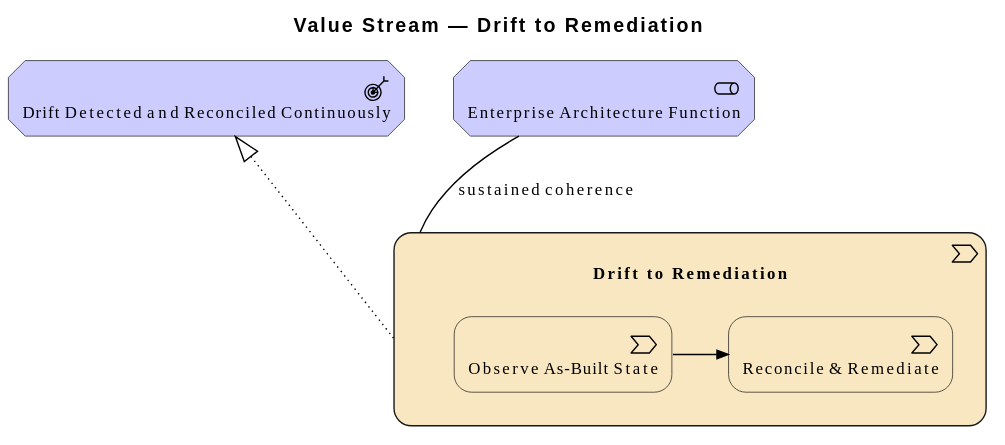
wolffy-au/frictionless-architect keeps this PlantUML diagram as architecture/model/diagrams/vision/6d-drift-to-remediation.svg. Above is the earlier version.
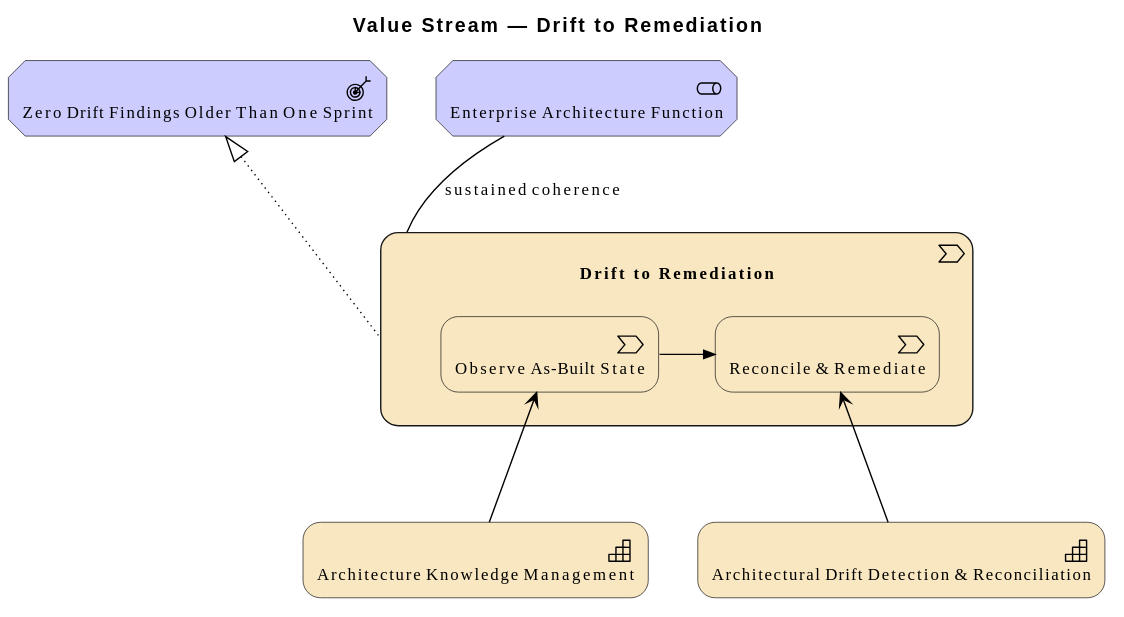
Above is the later version.

Diff of the diagram source:
```diff
@@ -4,13 +4,17 @@
 title Value Stream — Drift to Remediation
 
 Motivation_Stakeholder(e_id3bf463ccf22a53, "Enterprise Architecture Function")
-Motivation_Outcome(e_id79b6a1e545325d, "Drift Detected and Reconciled Continuously")
+Motivation_Outcome(e_idcd8b25865d285b, "Zero Drift Findings Older Than One Sprint")
+Strategy_Capability(e_id18ec07397a9d5f, "Architecture Knowledge Management")
+Strategy_Capability(e_id41aa3eb894c852, "Architectural Drift Detection & Reconciliation")
 Strategy_ValueStream(e_idfa7e21ab28235c, "Drift to Remediation") {
   Strategy_ValueStream(e_id12b58c7f12735c, "Observe As-Built State")
   Strategy_ValueStream(e_iddd4585a6a08153, "Reconcile & Remediate")
 }
 
 Rel_Association(e_id3bf463ccf22a53, e_idfa7e21ab28235c, "sustained coherence")
-Rel_Realization_Up(e_idfa7e21ab28235c, e_id79b6a1e545325d, "")
+Rel_Realization_Up(e_idfa7e21ab28235c, e_idcd8b25865d285b, "")
+Rel_Serving_Up(e_id18ec07397a9d5f, e_id12b58c7f12735c, "")
+Rel_Serving_Up(e_id41aa3eb894c852, e_iddd4585a6a08153, "")
 Rel_Triggering_Right(e_id12b58c7f12735c, e_iddd4585a6a08153, "")
 @enduml
```
